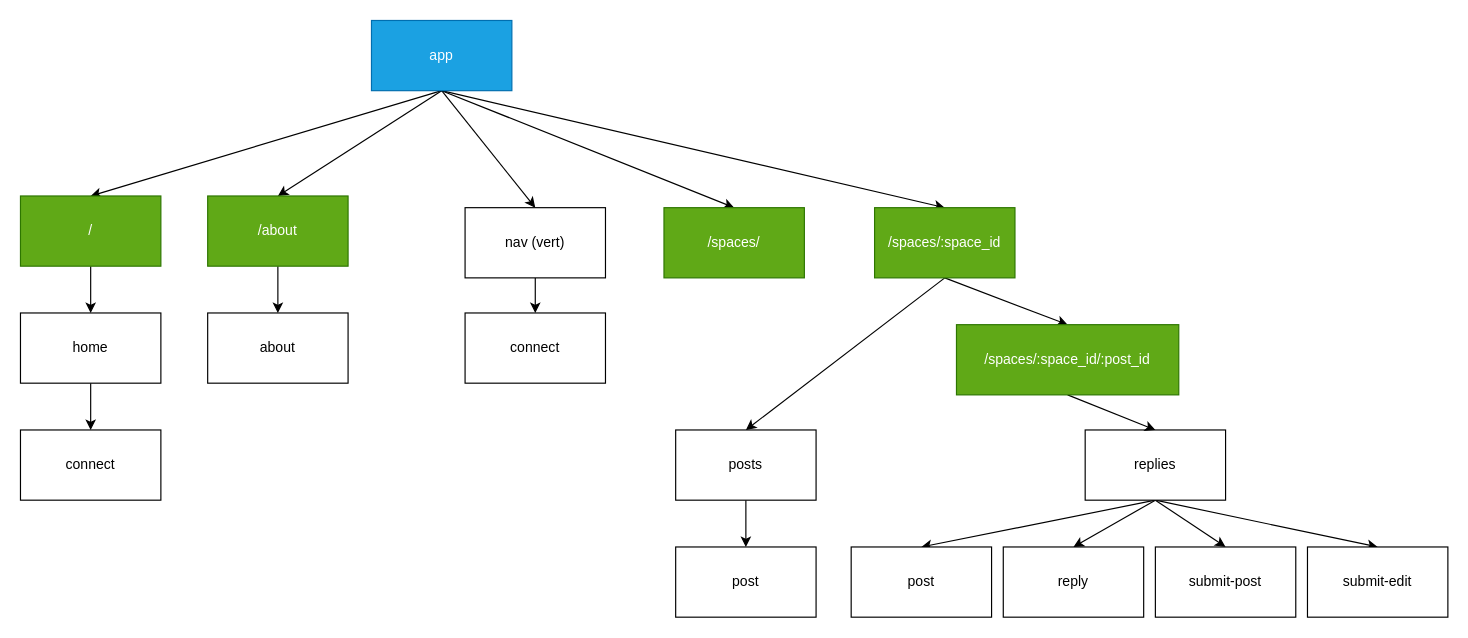
Earlier version of the draw.io diagram outline.drawio (tywenk/spaces-frontend). Source tidied: cells renumbered, new cells numbered last; positions are measured from the earlier drawing's top-left corner, leaving out a move shared by most shapes. Both pictures are drawn from the tidied source at 117%, with x=0, y=0 at pixel (20, 20).
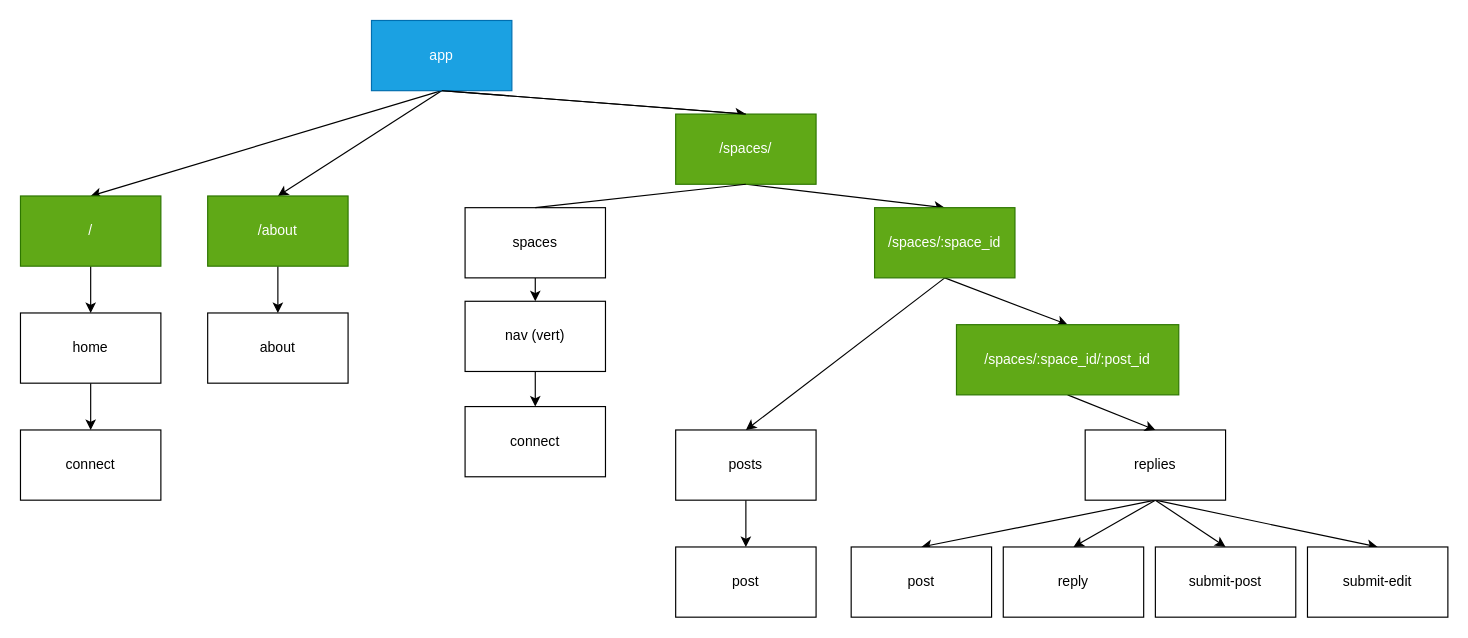
The same diagram, later.

Unchanged cells that the change refers to:
```xml
<mxCell id="7" value="app" style="rounded=0;whiteSpace=wrap;html=1;fillColor=#1ba1e2;fontColor=#ffffff;strokeColor=#006EAF;" parent="1" vertex="1">
  <mxGeometry x="300" width="120" height="60" as="geometry" />
</mxCell>
<mxCell id="29" value="/spaces/:space_id" style="rounded=0;whiteSpace=wrap;html=1;fillColor=#60a917;fontColor=#ffffff;strokeColor=#2D7600;" parent="1" vertex="1">
  <mxGeometry x="730" y="160" width="120" height="60" as="geometry" />
</mxCell>
```

Change to the diagram source:
```diff
@@
-    <mxCell id="4" style="edgeStyle=none;html=1;exitX=0.5;exitY=1;exitDx=0;exitDy=0;entryX=0.5;entryY=0;entryDx=0;entryDy=0;" parent="1" edge="1" source="7" target="29">
+    <mxCell id="4" style="edgeStyle=none;html=1;exitX=0.5;exitY=1;exitDx=0;exitDy=0;entryX=0.5;entryY=0;entryDx=0;entryDy=0;startArrow=none;" parent="1" edge="1" source="19" target="29">
       <mxGeometry relative="1" as="geometry" />
     </mxCell>
@@
-    <mxCell id="6" style="edgeStyle=none;html=1;exitX=0.5;exitY=1;exitDx=0;exitDy=0;entryX=0.5;entryY=0;entryDx=0;entryDy=0;" parent="1" edge="1" source="7" target="9">
-      <mxGeometry relative="1" as="geometry" />
-    </mxCell>
@@
     <mxCell id="9" value="nav (vert)" style="rounded=0;whiteSpace=wrap;html=1;" parent="1" vertex="1">
-      <mxGeometry x="380" y="160" width="120" height="60" as="geometry" />
+      <mxGeometry x="380" y="240" width="120" height="60" as="geometry" />
     </mxCell>
@@
-    <mxCell id="19" value="/spaces/" style="rounded=0;whiteSpace=wrap;html=1;fillColor=#60a917;fontColor=#ffffff;strokeColor=#2D7600;" parent="1" vertex="1">
-      <mxGeometry x="550" y="160" width="120" height="60" as="geometry" />
-    </mxCell>
@@
     <mxCell id="26" value="connect" style="rounded=0;whiteSpace=wrap;html=1;" parent="1" vertex="1">
-      <mxGeometry x="380" y="250" width="120" height="60" as="geometry" />
+      <mxGeometry x="380" y="330" width="120" height="60" as="geometry" />
     </mxCell>
@@
+    <mxCell id="37" style="edgeStyle=none;html=1;exitX=0.5;exitY=1;exitDx=0;exitDy=0;entryX=0.5;entryY=0;entryDx=0;entryDy=0;startArrow=none;" parent="1" edge="1" source="39" target="9">
+      <mxGeometry relative="1" as="geometry" />
+    </mxCell>
+    <mxCell id="19" value="/spaces/" style="rounded=0;whiteSpace=wrap;html=1;fillColor=#60a917;fontColor=#ffffff;strokeColor=#2D7600;" parent="1" vertex="1">
+      <mxGeometry x="560" y="80" width="120" height="60" as="geometry" />
+    </mxCell>
+    <mxCell id="38" style="edgeStyle=none;html=1;exitX=0.5;exitY=1;exitDx=0;exitDy=0;entryX=0.5;entryY=0;entryDx=0;entryDy=0;endArrow=none;" parent="1" edge="1" source="7" target="19">
+      <mxGeometry relative="1" as="geometry" />
+    </mxCell>
+    <mxCell id="39" value="spaces" style="rounded=0;whiteSpace=wrap;html=1;" parent="1" vertex="1">
+      <mxGeometry x="380" y="160" width="120" height="60" as="geometry" />
+    </mxCell>
+    <mxCell id="40" style="edgeStyle=none;html=1;exitX=0.5;exitY=1;exitDx=0;exitDy=0;entryX=0.5;entryY=0;entryDx=0;entryDy=0;endArrow=none;" parent="1" edge="1" source="19" target="39">
+      <mxGeometry relative="1" as="geometry" />
+    </mxCell>
```
